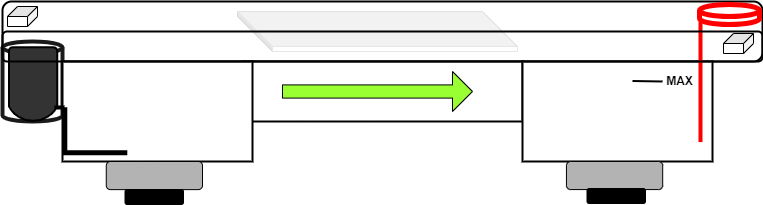
Before: experiment/simulation/images/sideviewcase.png, a diagram exported from draw.io (virtual-labs/exp-dna-agarose-gel-electrophoresis-iitkgp). Source tidied: cells renumbered, new cells last; positions are measured from the earlier drawing's top-left corner, leaving out a move shared by most shapes.
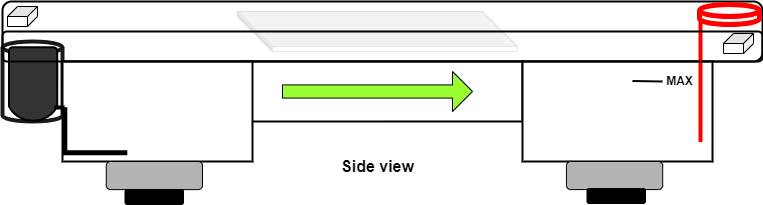
Later version of the same file.

Diff of the diagram source:
```diff
@@ -68,5 +68,8 @@
     <mxCell id="22" style="rounded=1;whiteSpace=wrap;html=1;fillColor=none;strokeWidth=2;" parent="1" vertex="1">
       <mxGeometry x="6" y="30" width="760" height="30" as="geometry" />
     </mxCell>
+    <mxCell id="23" value="Side view" style="text;html=1;strokeColor=none;fillColor=none;align=center;verticalAlign=middle;whiteSpace=wrap;rounded=0;fontStyle=1;fontSize=16;" parent="1" vertex="1">
+      <mxGeometry x="333.5" y="150" width="95" height="30" as="geometry" />
+    </mxCell>
   </root>
 </mxGraphModel>
```
